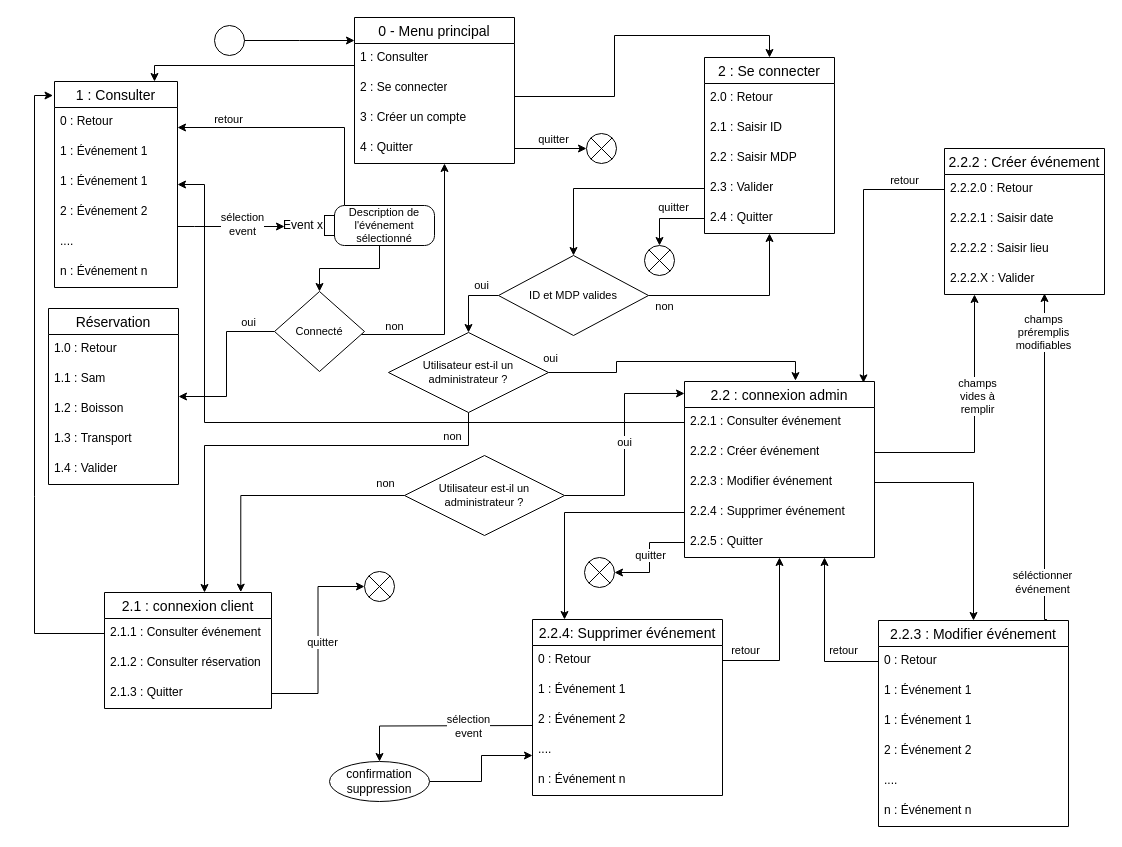
khalidjerrari/ENSAI-Projet-info-2A keeps this draw.io diagram as doc/menu.drawio. Above is the earlier version. Source tidied: cells renumbered, new cells numbered last; positions are measured from the earlier drawing's top-left corner, leaving out a move shared by most shapes. Both pictures are drawn from the tidied source at 100%, with x=0, y=0 at pixel (34, 17).
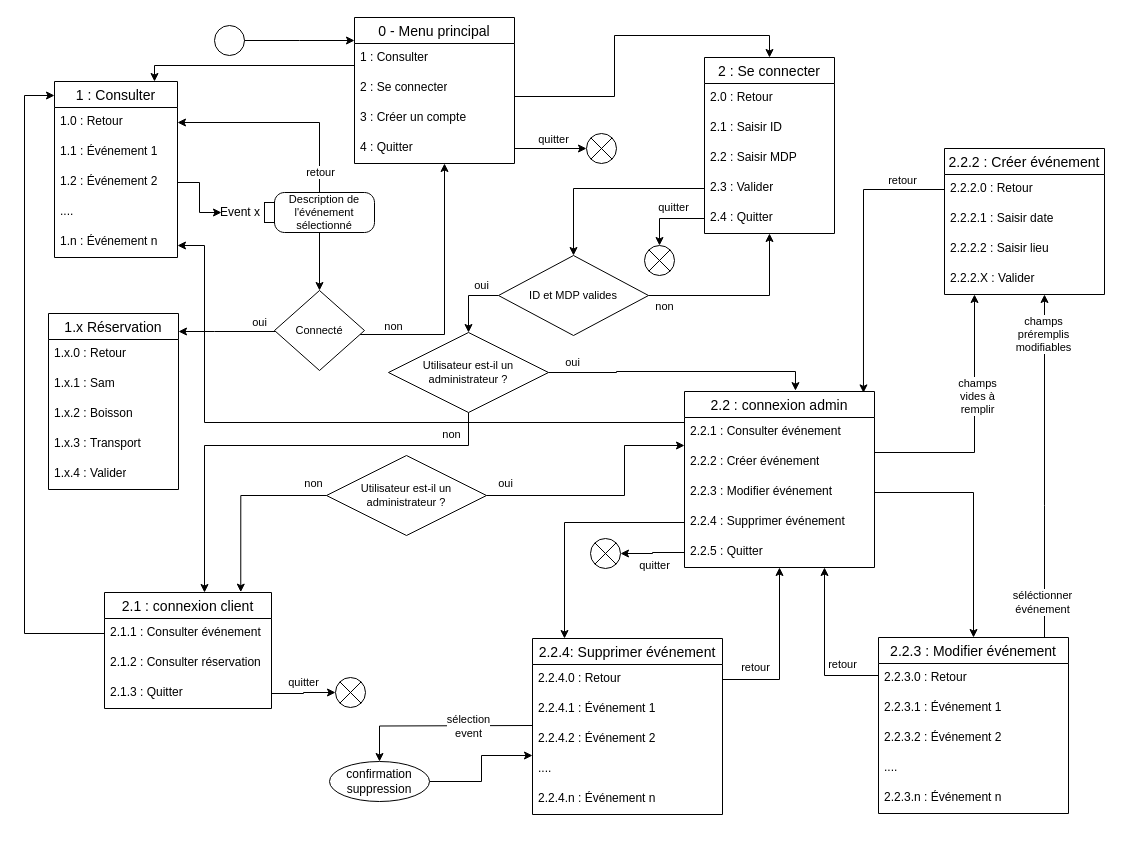
The same diagram, later.

Commit message:
Mettre à jour menu.drawio

The change refers to these unchanged cells:
```xml
<mxCell id="23" value="2.1.1 : Consulter événement" style="text;strokeColor=none;fillColor=none;spacingLeft=4;spacingRight=4;overflow=hidden;points=[[0,0.5],[1,0.5]];portConstraint=eastwest;fontSize=12;whiteSpace=wrap;html=1;" parent="22" vertex="1">
  <mxGeometry y="26" width="167" height="30" as="geometry" />
</mxCell>
<mxCell id="28" value="2.2.1 : Consulter événement" style="text;strokeColor=none;fillColor=none;spacingLeft=4;spacingRight=4;overflow=hidden;points=[[0,0.5],[1,0.5]];portConstraint=eastwest;fontSize=12;whiteSpace=wrap;html=1;" parent="27" vertex="1">
  <mxGeometry y="26" width="190" height="30" as="geometry" />
</mxCell>
<mxCell id="31" value="2.2.4 : Supprimer événement" style="text;strokeColor=none;fillColor=none;spacingLeft=4;spacingRight=4;overflow=hidden;points=[[0,0.5],[1,0.5]];portConstraint=eastwest;fontSize=12;whiteSpace=wrap;html=1;" parent="27" vertex="1">
  <mxGeometry y="116" width="190" height="30" as="geometry" />
</mxCell>
<mxCell id="36" style="edgeStyle=orthogonalEdgeStyle;rounded=0;jettySize=auto;html=1;" parent="1" edge="1" source="38" target="22">
  <mxGeometry relative="1" as="geometry">
    <Array as="points">
      <mxPoint x="434" y="428" />
      <mxPoint x="170" y="428" />
    </Array>
  </mxGeometry>
</mxCell>
<mxCell id="51" value="2.2.2 : Créer événement" style="swimlane;fontStyle=0;horizontal=1;startSize=26;align=center;fontSize=14;" parent="1" vertex="1">
  <mxGeometry x="910" y="131" width="160" height="146" as="geometry" />
</mxCell>
<mxCell id="74" style="edgeStyle=orthogonalEdgeStyle;rounded=0;jettySize=auto;html=1;entryX=0.584;entryY=-0.005;entryDx=0;entryDy=0;entryPerimeter=0;" parent="1" edge="1" source="38" target="27">
  <mxGeometry relative="1" as="geometry" />
</mxCell>
<mxCell id="76" style="edgeStyle=orthogonalEdgeStyle;rounded=0;jettySize=auto;html=1;entryX=1;entryY=0.5;entryDx=0;entryDy=0;" parent="1" edge="1" source="32" target="41">
  <mxGeometry relative="1" as="geometry" />
</mxCell>
```

The edit, as a diff of the source:
```diff
@@
-    <mxCell id="7" style="edgeStyle=orthogonalEdgeStyle;rounded=0;orthogonalLoop=1;jettySize=auto;html=1;" parent="1" edge="1">
-      <mxGeometry relative="1" as="geometry">
-        <mxPoint x="143" y="209" as="sourcePoint" />
-        <mxPoint x="250" y="209" as="targetPoint" />
-        <Array as="points">
-          <mxPoint x="160" y="209" />
-          <mxPoint x="160" y="209" />
-        </Array>
-      </mxGeometry>
-    </mxCell>
-    <mxCell id="8" value="sélection&lt;br&gt;event" style="edgeLabel;html=1;align=center;verticalAlign=middle;" parent="7" vertex="1">
-      <mxGeometry x="-0.05" y="-1" relative="1" as="geometry">
-        <mxPoint x="13" y="-4" as="offset" />
-      </mxGeometry>
-    </mxCell>
     <mxCell id="9" value="1 : Consulter" style="swimlane;fontStyle=0;horizontal=1;startSize=26;align=center;fontSize=14;" parent="1" vertex="1">
-      <mxGeometry x="20" y="64" width="123" height="206" as="geometry" />
+      <mxGeometry x="20" y="64" width="123" height="176" as="geometry" />
     </mxCell>
-    <mxCell id="10" value="0 : Retour" style="text;strokeColor=none;fillColor=none;spacingLeft=4;spacingRight=4;overflow=hidden;points=[[0,0.5],[1,0.5]];portConstraint=eastwest;fontSize=12;whiteSpace=wrap;html=1;" parent="9" vertex="1">
-      <mxGeometry y="26" width="123" height="30" as="geometry" />
-    </mxCell>
+    <mxCell id="117" value="1.0 : Retour" style="text;strokeColor=none;fillColor=none;spacingLeft=4;spacingRight=4;overflow=hidden;points=[[0,0.5],[1,0.5]];portConstraint=eastwest;fontSize=12;whiteSpace=wrap;html=1;" parent="9" vertex="1">
+      <mxGeometry y="26" width="123" height="30" as="geometry" />
+    </mxCell>
-    <mxCell id="11" value="1 : Événement 1" style="text;strokeColor=none;fillColor=none;spacingLeft=4;spacingRight=4;overflow=hidden;fontSize=12;whiteSpace=wrap;html=1;" parent="9" vertex="1">
+    <mxCell id="11" value="1.1 : Événement 1" style="text;strokeColor=none;fillColor=none;spacingLeft=4;spacingRight=4;overflow=hidden;fontSize=12;whiteSpace=wrap;html=1;" parent="9" vertex="1">
       <mxGeometry y="56" width="123" height="30" as="geometry" />
     </mxCell>
-    <mxCell id="12" value="1 : Événement 1" style="text;strokeColor=none;fillColor=none;spacingLeft=4;spacingRight=4;overflow=hidden;fontSize=12;whiteSpace=wrap;html=1;" parent="9" vertex="1">
-      <mxGeometry y="86" width="123" height="30" as="geometry" />
-    </mxCell>
-    <mxCell id="13" value="2 : Événement 2" style="text;strokeColor=none;fillColor=none;spacingLeft=4;spacingRight=4;overflow=hidden;points=[[0,0.5],[1,0.5]];portConstraint=eastwest;fontSize=12;whiteSpace=wrap;html=1;" parent="9" vertex="1">
-      <mxGeometry y="116" width="123" height="30" as="geometry" />
+    <mxCell id="13" value="1.2 : Événement 2" style="text;strokeColor=none;fillColor=none;spacingLeft=4;spacingRight=4;overflow=hidden;points=[[0,0.5],[1,0.5]];portConstraint=eastwest;fontSize=12;whiteSpace=wrap;html=1;" parent="9" vertex="1">
+      <mxGeometry y="86" width="123" height="30" as="geometry" />
     </mxCell>
     <mxCell id="14" value="...." style="text;strokeColor=none;fillColor=none;spacingLeft=4;spacingRight=4;overflow=hidden;fontSize=12;whiteSpace=wrap;html=1;" parent="9" vertex="1">
-      <mxGeometry y="146" width="123" height="30" as="geometry" />
+      <mxGeometry y="116" width="123" height="30" as="geometry" />
     </mxCell>
-    <mxCell id="15" value="n : Événement n" style="text;strokeColor=none;fillColor=none;spacingLeft=4;spacingRight=4;overflow=hidden;fontSize=12;whiteSpace=wrap;html=1;" parent="9" vertex="1">
-      <mxGeometry y="176" width="123" height="30" as="geometry" />
+    <mxCell id="15" value="1.n : Événement n" style="text;strokeColor=none;fillColor=none;spacingLeft=4;spacingRight=4;overflow=hidden;fontSize=12;whiteSpace=wrap;html=1;" parent="9" vertex="1">
+      <mxGeometry y="146" width="123" height="30" as="geometry" />
     </mxCell>
@@
     <mxCell id="27" value="2.2 : connexion admin" style="swimlane;fontStyle=0;horizontal=1;startSize=26;align=center;fontSize=14;" parent="1" vertex="1">
-      <mxGeometry x="650" y="364" width="190" height="176" as="geometry" />
+      <mxGeometry x="650" y="374" width="190" height="176" as="geometry" />
     </mxCell>
@@
     <mxCell id="37" value="non" style="edgeLabel;html=1;align=center;verticalAlign=middle;" parent="36" vertex="1">
       <mxGeometry x="-0.8" relative="1" as="geometry">
-        <mxPoint x="-6" y="-10" as="offset" />
+        <mxPoint x="-7" y="-12" as="offset" />
       </mxGeometry>
     </mxCell>
@@
     <mxCell id="40" style="shape=sumEllipse;perimeter=ellipsePerimeter;html=1;backgroundOutline=1;" parent="1" vertex="1">
-      <mxGeometry x="330" y="554" width="30" height="30" as="geometry" />
+      <mxGeometry x="301" y="660" width="30" height="30" as="geometry" />
     </mxCell>
     <mxCell id="41" style="shape=sumEllipse;perimeter=ellipsePerimeter;html=1;backgroundOutline=1;" parent="1" vertex="1">
-      <mxGeometry x="550" y="540" width="30" height="30" as="geometry" />
+      <mxGeometry x="556" y="521" width="30" height="30" as="geometry" />
     </mxCell>
@@
-    <mxCell id="43" style="edgeStyle=orthogonalEdgeStyle;rounded=0;jettySize=auto;html=1;" parent="1" edge="1" source="46" target="10">
-      <mxGeometry relative="1" as="geometry">
-        <Array as="points">
-          <mxPoint x="310" y="110" />
-        </Array>
-      </mxGeometry>
-    </mxCell>
-    <mxCell id="44" value="retour" style="edgeLabel;html=1;align=center;verticalAlign=middle;" parent="43" vertex="1">
-      <mxGeometry x="0.59" y="-2" relative="1" as="geometry">
-        <mxPoint y="-7" as="offset" />
-      </mxGeometry>
-    </mxCell>
@@
+    <mxCell id="118" style="edgeStyle=orthogonalEdgeStyle;rounded=0;jettySize=auto;html=1;entryX=1;entryY=0.5;entryDx=0;entryDy=0;" parent="1" edge="1" source="46" target="117">
+      <mxGeometry relative="1" as="geometry" />
+    </mxCell>
+    <mxCell id="119" value="retour" style="edgeLabel;html=1;align=center;verticalAlign=middle;" parent="118" vertex="1">
+      <mxGeometry x="-0.8" relative="1" as="geometry" />
+    </mxCell>
     <mxCell id="46" value="Description de l'événement sélectionné" style="shape=mxgraph.uml25.action;html=1;align=center;verticalAlign=middle;absoluteArcSize=1;arcSize=10;dashed=0;spacingLeft=10;flipH=1;whiteSpace=wrap;fontSize=11;" parent="1" vertex="1">
-      <mxGeometry x="290" y="188" width="110" height="40" as="geometry" />
+      <mxGeometry x="230" y="175" width="110" height="40" as="geometry" />
     </mxCell>
     <mxCell id="47" value="Event x" style="text;verticalAlign=middle;align=right;html=1;" parent="46" vertex="1">
-      <mxGeometry x="-40" width="40" height="40" as="geometry" />
+      <mxGeometry x="-43" width="40" height="40" as="geometry" />
     </mxCell>
@@
-    <mxCell id="56" style="edgeStyle=orthogonalEdgeStyle;rounded=0;orthogonalLoop=1;jettySize=auto;html=1;exitX=0.75;exitY=0;exitDx=0;exitDy=0;" parent="1" edge="1">
+    <mxCell id="56" style="edgeStyle=orthogonalEdgeStyle;rounded=0;jettySize=auto;html=1;" parent="1" edge="1" source="59" target="51">
       <mxGeometry relative="1" as="geometry">
-        <mxPoint x="1012.4" y="602" as="sourcePoint" />
-        <mxPoint x="1010" y="276" as="targetPoint" />
         <Array as="points">
-          <mxPoint x="1010" y="602" />
+          <mxPoint x="1010" y="488" />
+          <mxPoint x="1010" y="488" />
         </Array>
       </mxGeometry>
     </mxCell>
     <mxCell id="57" value="séléctionner&lt;br&gt;événement" style="edgeLabel;html=1;align=center;verticalAlign=middle;" parent="56" vertex="1">
       <mxGeometry x="-0.86" y="3" relative="1" as="geometry">
-        <mxPoint y="-17" as="offset" />
+        <mxPoint y="-12" as="offset" />
       </mxGeometry>
     </mxCell>
@@
     <mxCell id="59" value="2.2.3 : Modifier événement" style="swimlane;fontStyle=0;horizontal=1;startSize=26;align=center;fontSize=14;" parent="1" vertex="1">
-      <mxGeometry x="844" y="603" width="190" height="206" as="geometry" />
+      <mxGeometry x="844" y="620" width="190" height="176" as="geometry" />
     </mxCell>
-    <mxCell id="60" value="0 : Retour" style="text;strokeColor=none;fillColor=none;spacingLeft=4;spacingRight=4;overflow=hidden;points=[[0,0.5],[1,0.5]];portConstraint=eastwest;fontSize=12;whiteSpace=wrap;html=1;" parent="59" vertex="1">
+    <mxCell id="60" value="2.2.3.0 : Retour" style="text;strokeColor=none;fillColor=none;spacingLeft=4;spacingRight=4;overflow=hidden;points=[[0,0.5],[1,0.5]];portConstraint=eastwest;fontSize=12;whiteSpace=wrap;html=1;" parent="59" vertex="1">
       <mxGeometry y="26" width="190" height="30" as="geometry" />
     </mxCell>
-    <mxCell id="61" value="1 : Événement 1" style="text;strokeColor=none;fillColor=none;spacingLeft=4;spacingRight=4;overflow=hidden;fontSize=12;whiteSpace=wrap;html=1;" parent="59" vertex="1">
+    <mxCell id="61" value="2.2.3.1 : Événement 1" style="text;strokeColor=none;fillColor=none;spacingLeft=4;spacingRight=4;overflow=hidden;fontSize=12;whiteSpace=wrap;html=1;" parent="59" vertex="1">
       <mxGeometry y="56" width="190" height="30" as="geometry" />
     </mxCell>
-    <mxCell id="62" value="1 : Événement 1" style="text;strokeColor=none;fillColor=none;spacingLeft=4;spacingRight=4;overflow=hidden;fontSize=12;whiteSpace=wrap;html=1;" parent="59" vertex="1">
-      <mxGeometry y="86" width="190" height="30" as="geometry" />
-    </mxCell>
-    <mxCell id="63" value="2 : Événement 2" style="text;strokeColor=none;fillColor=none;spacingLeft=4;spacingRight=4;overflow=hidden;fontSize=12;whiteSpace=wrap;html=1;" parent="59" vertex="1">
-      <mxGeometry y="116" width="190" height="30" as="geometry" />
+    <mxCell id="63" value="2.2.3.2 : Événement 2" style="text;strokeColor=none;fillColor=none;spacingLeft=4;spacingRight=4;overflow=hidden;fontSize=12;whiteSpace=wrap;html=1;" parent="59" vertex="1">
+      <mxGeometry y="86" width="190" height="30" as="geometry" />
     </mxCell>
     <mxCell id="64" value="...." style="text;strokeColor=none;fillColor=none;spacingLeft=4;spacingRight=4;overflow=hidden;fontSize=12;whiteSpace=wrap;html=1;" parent="59" vertex="1">
-      <mxGeometry y="146" width="190" height="30" as="geometry" />
+      <mxGeometry y="116" width="190" height="30" as="geometry" />
     </mxCell>
-    <mxCell id="65" value="n : Événement n" style="text;strokeColor=none;fillColor=none;spacingLeft=4;spacingRight=4;overflow=hidden;fontSize=12;whiteSpace=wrap;html=1;" parent="59" vertex="1">
-      <mxGeometry y="176" width="190" height="30" as="geometry" />
+    <mxCell id="65" value="2.2.3.n : Événement n" style="text;strokeColor=none;fillColor=none;spacingLeft=4;spacingRight=4;overflow=hidden;fontSize=12;whiteSpace=wrap;html=1;" parent="59" vertex="1">
+      <mxGeometry y="146" width="190" height="30" as="geometry" />
     </mxCell>
     <mxCell id="66" value="2.2.4: Supprimer événement" style="swimlane;fontStyle=0;horizontal=1;startSize=26;align=center;fontSize=14;" parent="1" vertex="1">
-      <mxGeometry x="498" y="602" width="190" height="176" as="geometry" />
+      <mxGeometry x="498" y="621" width="190" height="176" as="geometry" />
     </mxCell>
-    <mxCell id="67" value="0 : Retour" style="text;strokeColor=none;fillColor=none;spacingLeft=4;spacingRight=4;overflow=hidden;points=[[0,0.5],[1,0.5]];portConstraint=eastwest;fontSize=12;whiteSpace=wrap;html=1;" parent="66" vertex="1">
+    <mxCell id="67" value="2.2.4.0 : Retour" style="text;strokeColor=none;fillColor=none;spacingLeft=4;spacingRight=4;overflow=hidden;points=[[0,0.5],[1,0.5]];portConstraint=eastwest;fontSize=12;whiteSpace=wrap;html=1;" parent="66" vertex="1">
       <mxGeometry y="26" width="190" height="30" as="geometry" />
     </mxCell>
-    <mxCell id="68" value="1 : Événement 1" style="text;strokeColor=none;fillColor=none;spacingLeft=4;spacingRight=4;overflow=hidden;fontSize=12;whiteSpace=wrap;html=1;" parent="66" vertex="1">
+    <mxCell id="68" value="2.2.4.1 : Événement 1" style="text;strokeColor=none;fillColor=none;spacingLeft=4;spacingRight=4;overflow=hidden;fontSize=12;whiteSpace=wrap;html=1;" parent="66" vertex="1">
       <mxGeometry y="56" width="190" height="30" as="geometry" />
     </mxCell>
-    <mxCell id="69" value="2 : Événement 2" style="text;strokeColor=none;fillColor=none;spacingLeft=4;spacingRight=4;overflow=hidden;fontSize=12;whiteSpace=wrap;html=1;" parent="66" vertex="1">
+    <mxCell id="69" value="2.2.4.2 : Événement 2" style="text;strokeColor=none;fillColor=none;spacingLeft=4;spacingRight=4;overflow=hidden;fontSize=12;whiteSpace=wrap;html=1;" parent="66" vertex="1">
       <mxGeometry y="86" width="190" height="30" as="geometry" />
     </mxCell>
@@
-    <mxCell id="71" value="n : Événement n" style="text;strokeColor=none;fillColor=none;spacingLeft=4;spacingRight=4;overflow=hidden;fontSize=12;whiteSpace=wrap;html=1;" parent="66" vertex="1">
+    <mxCell id="71" value="2.2.4.n : Événement n" style="text;strokeColor=none;fillColor=none;spacingLeft=4;spacingRight=4;overflow=hidden;fontSize=12;whiteSpace=wrap;html=1;" parent="66" vertex="1">
       <mxGeometry y="146" width="190" height="30" as="geometry" />
     </mxCell>
     <mxCell id="72" value="Utilisateur est-il un administrateur ?" style="shape=rhombus;perimeter=rhombusPerimeter;whiteSpace=wrap;html=1;align=center;fontSize=11;" parent="1" vertex="1">
-      <mxGeometry x="370" y="438" width="160" height="80" as="geometry" />
+      <mxGeometry x="292" y="438" width="160" height="80" as="geometry" />
     </mxCell>
-    <mxCell id="73" style="edgeStyle=orthogonalEdgeStyle;rounded=0;jettySize=auto;html=1;entryX=-0.012;entryY=0.068;entryDx=0;entryDy=0;entryPerimeter=0;" parent="1" edge="1" source="23" target="9">
+    <mxCell id="73" style="edgeStyle=orthogonalEdgeStyle;rounded=0;jettySize=auto;html=1;" parent="1" edge="1" source="23" target="9">
       <mxGeometry relative="1" as="geometry">
         <Array as="points">
-          <mxPoint y="479" />
-          <mxPoint y="78" />
-          <mxPoint x="38" y="78" />
+          <mxPoint x="-10" y="616" />
+          <mxPoint x="-10" y="78" />
         </Array>
       </mxGeometry>
     </mxCell>
@@
     <mxCell id="75" value="oui" style="edgeLabel;html=1;align=center;verticalAlign=middle;" parent="74" vertex="1">
       <mxGeometry x="-0.45" y="-4" relative="1" as="geometry">
-        <mxPoint x="-71" y="-7" as="offset" />
+        <mxPoint x="-49" y="-14" as="offset" />
       </mxGeometry>
     </mxCell>
@@
     <mxCell id="77" value="quitter" style="edgeLabel;html=1;align=center;verticalAlign=middle;" parent="76" vertex="1">
-      <mxGeometry x="-0.06" relative="1" as="geometry" />
+      <mxGeometry x="-0.06" relative="1" as="geometry">
+        <mxPoint y="12" as="offset" />
+      </mxGeometry>
     </mxCell>
-    <mxCell id="78" style="edgeStyle=orthogonalEdgeStyle;rounded=0;jettySize=auto;html=1;entryX=0;entryY=0.068;entryDx=0;entryDy=0;entryPerimeter=0;" parent="1" edge="1" source="72" target="27">
-      <mxGeometry relative="1" as="geometry" />
+    <mxCell id="78" style="edgeStyle=orthogonalEdgeStyle;rounded=0;jettySize=auto;html=1;" parent="1" edge="1" source="72">
+      <mxGeometry relative="1" as="geometry">
+        <mxPoint x="650" y="428" as="targetPoint" />
+        <Array as="points">
+          <mxPoint x="590" y="478" />
+          <mxPoint x="590" y="428" />
+          <mxPoint x="650" y="428" />
+        </Array>
+      </mxGeometry>
     </mxCell>
     <mxCell id="79" value="oui" style="edgeLabel;html=1;align=center;verticalAlign=middle;" parent="78" vertex="1">
-      <mxGeometry x="0.03" y="1" relative="1" as="geometry" />
+      <mxGeometry x="-0.82" y="5" relative="1" as="geometry">
+        <mxPoint x="-4" y="-8" as="offset" />
+      </mxGeometry>
     </mxCell>
@@
     <mxCell id="82" style="edgeStyle=orthogonalEdgeStyle;rounded=0;jettySize=auto;html=1;" parent="1" edge="1" source="28" target="9">
       <mxGeometry relative="1" as="geometry">
         <Array as="points">
           <mxPoint x="170" y="405" />
-          <mxPoint x="170" y="167" />
+          <mxPoint x="170" y="228" />
         </Array>
       </mxGeometry>
     </mxCell>
     <mxCell id="83" style="edgeStyle=orthogonalEdgeStyle;rounded=0;jettySize=auto;html=1;" parent="1" edge="1" source="31" target="66">
       <mxGeometry relative="1" as="geometry">
         <Array as="points">
-          <mxPoint x="530" y="495" />
+          <mxPoint x="530" y="505" />
         </Array>
       </mxGeometry>
     </mxCell>
@@
     <mxCell id="92" style="edgeStyle=orthogonalEdgeStyle;rounded=0;jettySize=auto;html=1;" parent="1" edge="1" source="60" target="27">
       <mxGeometry relative="1" as="geometry">
         <Array as="points">
-          <mxPoint x="790" y="644" />
+          <mxPoint x="790" y="658" />
         </Array>
       </mxGeometry>
     </mxCell>
@@
-    <mxCell id="94" style="edgeStyle=orthogonalEdgeStyle;rounded=0;jettySize=auto;html=1;" parent="1" edge="1" source="67" target="27">
-      <mxGeometry relative="1" as="geometry">
-        <Array as="points">
-          <mxPoint x="745" y="643" />
-        </Array>
-      </mxGeometry>
-    </mxCell>
-    <mxCell id="95" value="retour" style="edgeLabel;html=1;align=center;verticalAlign=middle;" parent="94" vertex="1">
-      <mxGeometry x="-0.74" y="2" relative="1" as="geometry">
-        <mxPoint x="1" y="-9" as="offset" />
-      </mxGeometry>
-    </mxCell>
@@
     <mxCell id="102" style="edgeStyle=orthogonalEdgeStyle;rounded=0;jettySize=auto;html=1;" parent="1" edge="1" source="104" target="105">
-      <mxGeometry relative="1" as="geometry" />
+      <mxGeometry relative="1" as="geometry">
+        <Array as="points">
+          <mxPoint x="180" y="314" />
+          <mxPoint x="180" y="314" />
+        </Array>
+      </mxGeometry>
     </mxCell>
@@
     <mxCell id="104" value="Connecté" style="shape=rhombus;perimeter=rhombusPerimeter;whiteSpace=wrap;html=1;align=center;fontSize=11;" parent="1" vertex="1">
-      <mxGeometry x="240" y="274" width="90" height="80" as="geometry" />
+      <mxGeometry x="240" y="273" width="90" height="80" as="geometry" />
     </mxCell>
-    <mxCell id="105" value="Réservation" style="swimlane;fontStyle=0;horizontal=1;startSize=26;align=center;fontSize=14;" parent="1" vertex="1">
-      <mxGeometry x="14" y="291" width="130" height="176" as="geometry" />
+    <mxCell id="105" value="1.x Réservation" style="swimlane;fontStyle=0;horizontal=1;startSize=26;align=center;fontSize=14;" parent="1" vertex="1">
+      <mxGeometry x="14" y="296" width="130" height="176" as="geometry" />
     </mxCell>
-    <mxCell id="106" value="1.0 : Retour" style="text;strokeColor=none;fillColor=none;spacingLeft=4;spacingRight=4;overflow=hidden;fontSize=12;whiteSpace=wrap;html=1;" parent="105" vertex="1">
+    <mxCell id="106" value="1.x.0 : Retour" style="text;strokeColor=none;fillColor=none;spacingLeft=4;spacingRight=4;overflow=hidden;fontSize=12;whiteSpace=wrap;html=1;" parent="105" vertex="1">
       <mxGeometry y="26" width="130" height="30" as="geometry" />
     </mxCell>
-    <mxCell id="107" value="1.1 : Sam" style="text;strokeColor=none;fillColor=none;spacingLeft=4;spacingRight=4;overflow=hidden;fontSize=12;whiteSpace=wrap;html=1;" parent="105" vertex="1">
+    <mxCell id="107" value="1.x.1 : Sam" style="text;strokeColor=none;fillColor=none;spacingLeft=4;spacingRight=4;overflow=hidden;fontSize=12;whiteSpace=wrap;html=1;" parent="105" vertex="1">
       <mxGeometry y="56" width="130" height="30" as="geometry" />
     </mxCell>
-    <mxCell id="108" value="1.2 : Boisson" style="text;strokeColor=none;fillColor=none;spacingLeft=4;spacingRight=4;overflow=hidden;fontSize=12;whiteSpace=wrap;html=1;" parent="105" vertex="1">
+    <mxCell id="108" value="1.x.2 : Boisson" style="text;strokeColor=none;fillColor=none;spacingLeft=4;spacingRight=4;overflow=hidden;fontSize=12;whiteSpace=wrap;html=1;" parent="105" vertex="1">
       <mxGeometry y="86" width="130" height="30" as="geometry" />
     </mxCell>
-    <mxCell id="109" value="1.3 :&amp;nbsp;Transport" style="text;strokeColor=none;fillColor=none;spacingLeft=4;spacingRight=4;overflow=hidden;fontSize=12;whiteSpace=wrap;html=1;" parent="105" vertex="1">
+    <mxCell id="109" value="1.x.3 :&amp;nbsp;Transport" style="text;strokeColor=none;fillColor=none;spacingLeft=4;spacingRight=4;overflow=hidden;fontSize=12;whiteSpace=wrap;html=1;" parent="105" vertex="1">
       <mxGeometry y="116" width="130" height="30" as="geometry" />
     </mxCell>
-    <mxCell id="110" value="1.4 : Valider" style="text;strokeColor=none;fillColor=none;spacingLeft=4;spacingRight=4;overflow=hidden;fontSize=12;whiteSpace=wrap;html=1;" parent="105" vertex="1">
+    <mxCell id="110" value="1.x.4 : Valider" style="text;strokeColor=none;fillColor=none;spacingLeft=4;spacingRight=4;overflow=hidden;fontSize=12;whiteSpace=wrap;html=1;" parent="105" vertex="1">
       <mxGeometry y="146" width="130" height="30" as="geometry" />
     </mxCell>
@@
+    <mxCell id="120" style="edgeStyle=orthogonalEdgeStyle;rounded=0;jettySize=auto;html=1;exitX=1;exitY=0.5;exitDx=0;exitDy=0;" parent="1" edge="1" source="13" target="47">
+      <mxGeometry relative="1" as="geometry" />
+    </mxCell>
+    <mxCell id="94" style="edgeStyle=orthogonalEdgeStyle;rounded=0;jettySize=auto;html=1;" parent="1" edge="1" source="67" target="27">
+      <mxGeometry relative="1" as="geometry" />
+    </mxCell>
+    <mxCell id="121" value="retour" style="edgeLabel;html=1;align=center;verticalAlign=middle;" parent="94" vertex="1">
+      <mxGeometry x="-0.56" y="-2" relative="1" as="geometry">
+        <mxPoint x="-5" y="-15" as="offset" />
+      </mxGeometry>
+    </mxCell>
```
